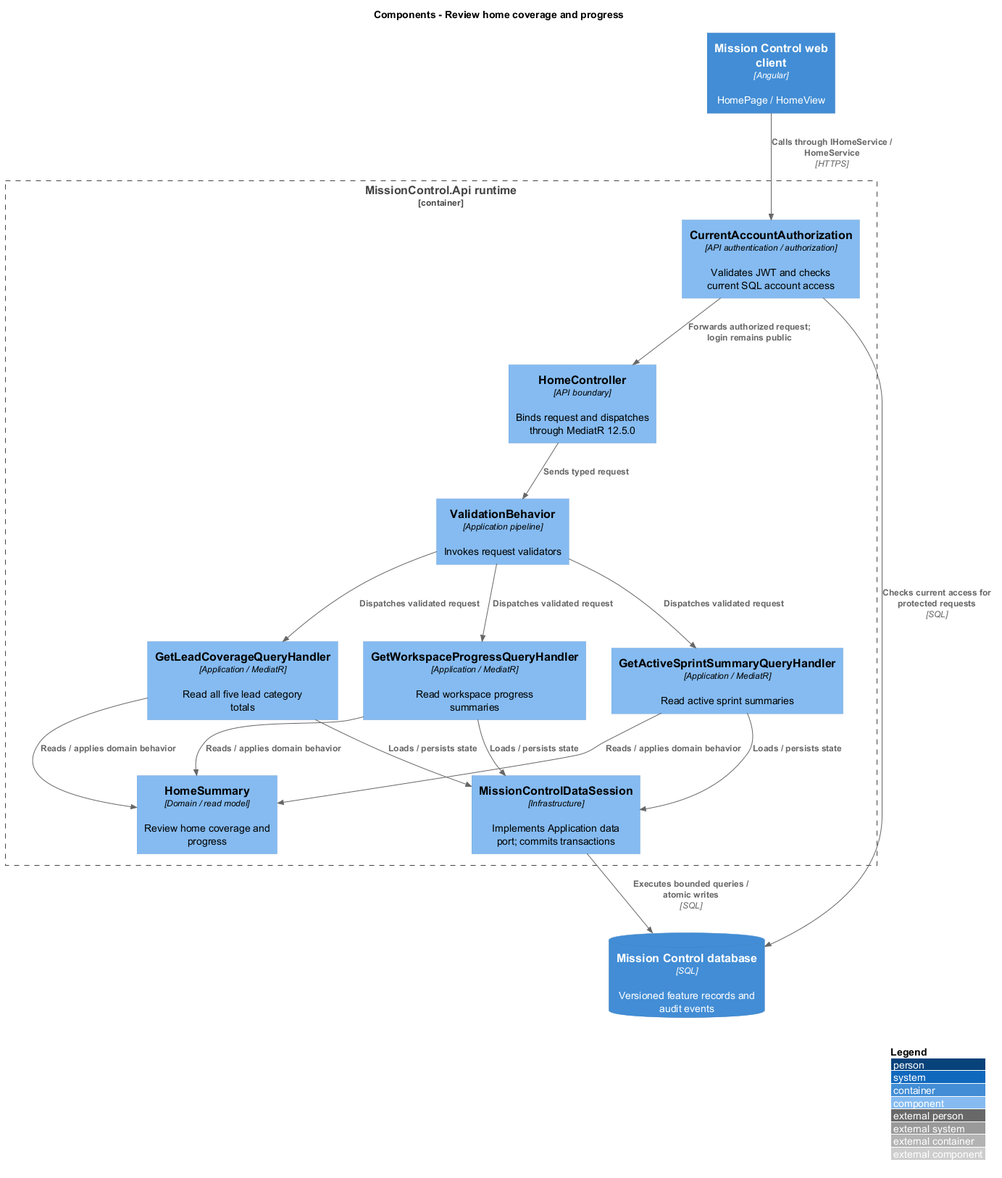
Earlier version of the PlantUML export docs/detailed-designs/workspace/review-home/diagrams/c4-component.png (QuinntyneBrown/mission-control). Its diagram source:
```plantuml
@startuml
!include <C4/C4_Component>
LAYOUT_WITH_LEGEND()
title Components - Review home coverage and progress
Container(web, "Mission Control web client", "Angular", "HomePage / HomeView")
ContainerDb(db, "Mission Control database", "SQL", "Versioned feature records and audit events")
Container_Boundary(api, "MissionControl.Api runtime") {
  Component(ctrl, "HomeController", "API boundary", "Binds request and dispatches through MediatR 12.5.0")
  Component(access, "CurrentAccountAuthorization", "API authentication / authorization", "Validates JWT and checks current SQL account access")
  Component(validation, "ValidationBehavior", "Application pipeline", "Invokes request validators")
  Component(entity, "HomeSummary", "Domain / read model", "Review home coverage and progress")
  Component(store, "MissionControlDataSession", "Infrastructure", "Implements Application data port; commits transactions")
Rel(web, access, "Calls through IHomeService / HomeService", "HTTPS")
Rel(access, db, "Checks current access for protected requests", "SQL")
Rel(access, ctrl, "Forwards authorized request; login remains public")
Rel(ctrl, validation, "Sends typed request")
Component(h0, "GetLeadCoverageQueryHandler", "Application / MediatR", "Read all five lead category totals")
Rel(validation, h0, "Dispatches validated request")
Rel(h0, entity, "Reads / applies domain behavior")
Rel(h0, store, "Loads / persists state")
Component(h1, "GetWorkspaceProgressQueryHandler", "Application / MediatR", "Read workspace progress summaries")
Rel(validation, h1, "Dispatches validated request")
Rel(h1, entity, "Reads / applies domain behavior")
Rel(h1, store, "Loads / persists state")
Component(h2, "GetActiveSprintSummaryQueryHandler", "Application / MediatR", "Read active sprint summaries")
Rel(validation, h2, "Dispatches validated request")
Rel(h2, entity, "Reads / applies domain behavior")
Rel(h2, store, "Loads / persists state")
}
Rel(store, db, "Executes bounded queries / atomic writes", "SQL")
@enduml
```
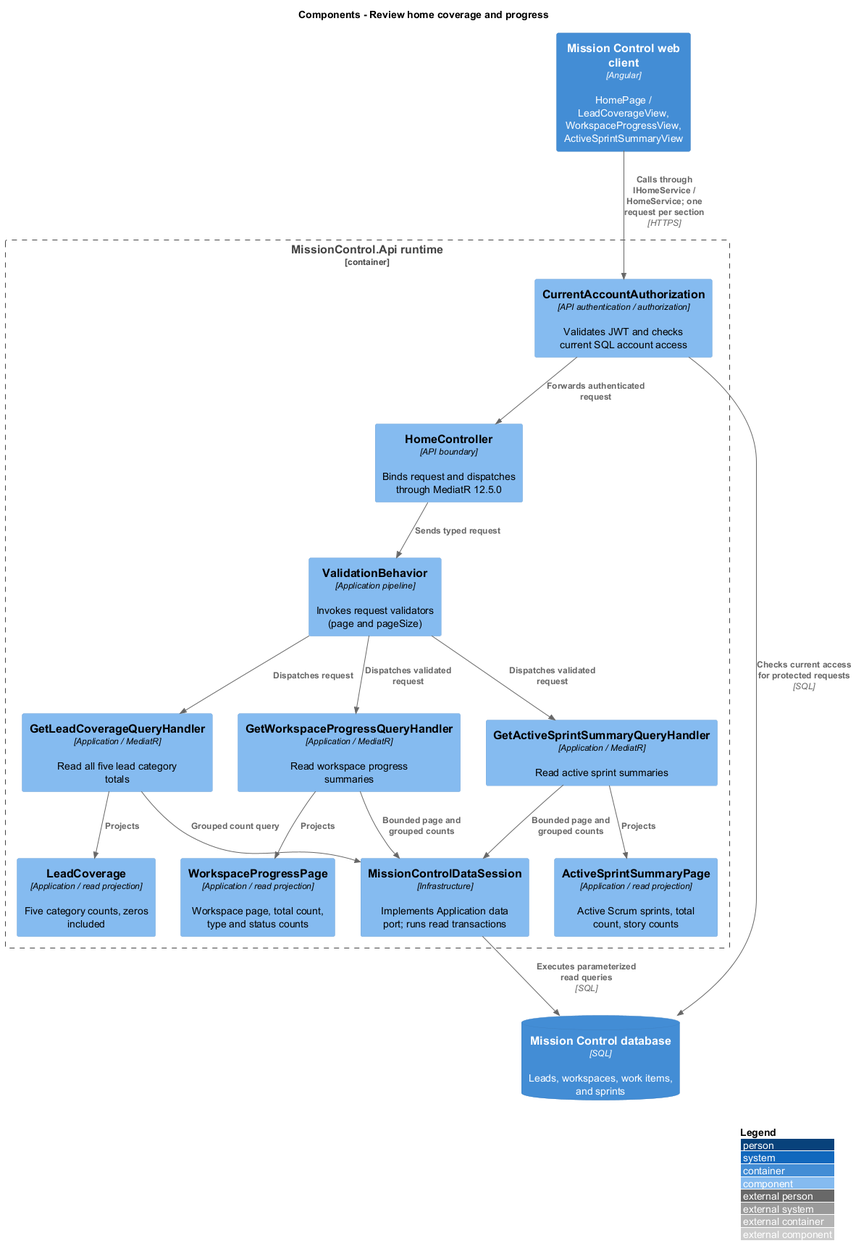
After the change.

The edit, as a diff of the source:
```diff
@@ -2,30 +2,32 @@
 !include <C4/C4_Component>
 LAYOUT_WITH_LEGEND()
 title Components - Review home coverage and progress
-Container(web, "Mission Control web client", "Angular", "HomePage / HomeView")
-ContainerDb(db, "Mission Control database", "SQL", "Versioned feature records and audit events")
+Container(web, "Mission Control web client", "Angular", "HomePage / LeadCoverageView, WorkspaceProgressView, ActiveSprintSummaryView")
+ContainerDb(db, "Mission Control database", "SQL", "Leads, workspaces, work items, and sprints")
 Container_Boundary(api, "MissionControl.Api runtime") {
   Component(ctrl, "HomeController", "API boundary", "Binds request and dispatches through MediatR 12.5.0")
   Component(access, "CurrentAccountAuthorization", "API authentication / authorization", "Validates JWT and checks current SQL account access")
-  Component(validation, "ValidationBehavior", "Application pipeline", "Invokes request validators")
-  Component(entity, "HomeSummary", "Domain / read model", "Review home coverage and progress")
-  Component(store, "MissionControlDataSession", "Infrastructure", "Implements Application data port; commits transactions")
-Rel(web, access, "Calls through IHomeService / HomeService", "HTTPS")
+  Component(validation, "ValidationBehavior", "Application pipeline", "Invokes request validators (page and pageSize)")
+  Component(store, "MissionControlDataSession", "Infrastructure", "Implements Application data port; runs read transactions")
+Rel(web, access, "Calls through IHomeService / HomeService; one request per section", "HTTPS")
 Rel(access, db, "Checks current access for protected requests", "SQL")
-Rel(access, ctrl, "Forwards authorized request; login remains public")
+Rel(access, ctrl, "Forwards authenticated request")
 Rel(ctrl, validation, "Sends typed request")
 Component(h0, "GetLeadCoverageQueryHandler", "Application / MediatR", "Read all five lead category totals")
-Rel(validation, h0, "Dispatches validated request")
-Rel(h0, entity, "Reads / applies domain behavior")
-Rel(h0, store, "Loads / persists state")
+Component(p0, "LeadCoverage", "Application / read projection", "Five category counts, zeros included")
+Rel(validation, h0, "Dispatches request")
+Rel(h0, p0, "Projects")
+Rel(h0, store, "Grouped count query")
 Component(h1, "GetWorkspaceProgressQueryHandler", "Application / MediatR", "Read workspace progress summaries")
+Component(p1, "WorkspaceProgressPage", "Application / read projection", "Workspace page, total count, type and status counts")
 Rel(validation, h1, "Dispatches validated request")
-Rel(h1, entity, "Reads / applies domain behavior")
-Rel(h1, store, "Loads / persists state")
+Rel(h1, p1, "Projects")
+Rel(h1, store, "Bounded page and grouped counts")
 Component(h2, "GetActiveSprintSummaryQueryHandler", "Application / MediatR", "Read active sprint summaries")
+Component(p2, "ActiveSprintSummaryPage", "Application / read projection", "Active Scrum sprints, total count, story counts")
 Rel(validation, h2, "Dispatches validated request")
-Rel(h2, entity, "Reads / applies domain behavior")
-Rel(h2, store, "Loads / persists state")
+Rel(h2, p2, "Projects")
+Rel(h2, store, "Bounded page and grouped counts")
 }
-Rel(store, db, "Executes bounded queries / atomic writes", "SQL")
+Rel(store, db, "Executes parameterized read queries", "SQL")
 @enduml
```
